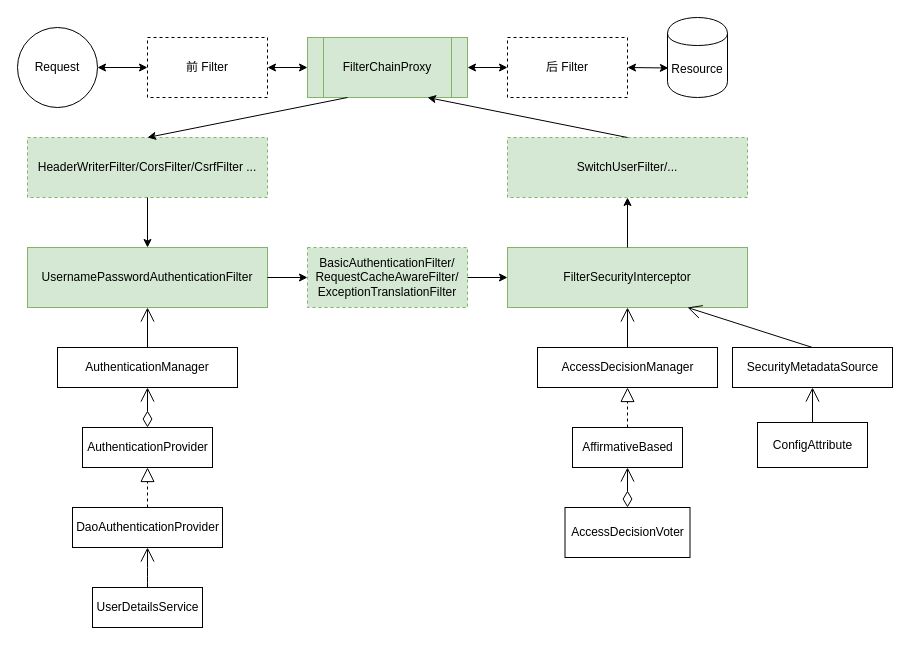
This is spring-security-filter-components.drawio from kostark/drawio-repo, a draw.io file, before an edit. Source tidied: cells renumbered, new cells numbered last; positions are measured from the earlier drawing's top-left corner, leaving out a move shared by most shapes. Both pictures are drawn from the tidied source at 100%, with x=0, y=0 at pixel (17, 17).
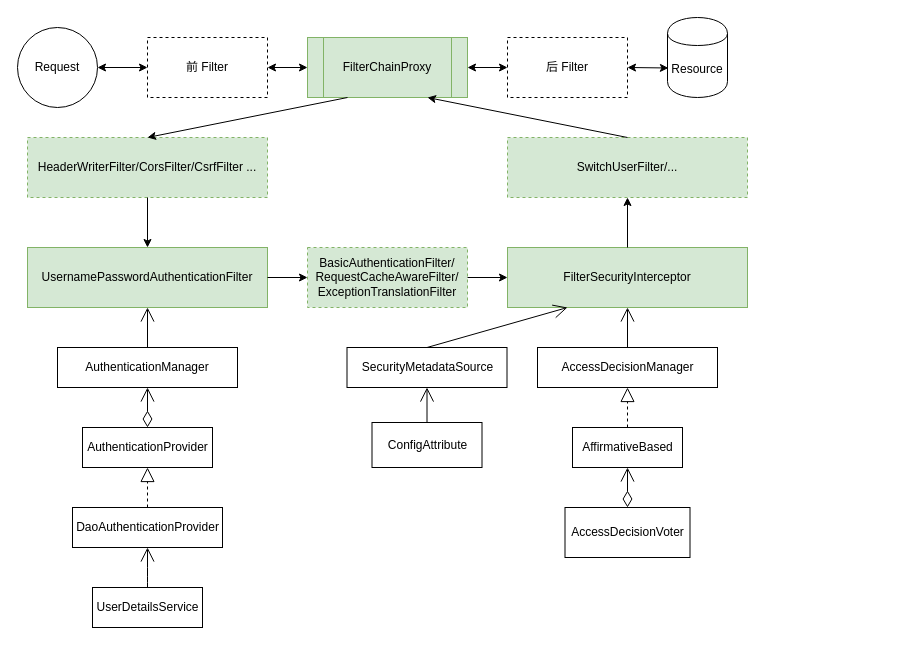
The same diagram, later.

The change refers to these unchanged cells:
```xml
<mxCell id="14" value="FilterSecurityInterceptor" style="rounded=0;whiteSpace=wrap;html=1;fillColor=#d5e8d4;strokeColor=#82b366;" parent="1" vertex="1">
  <mxGeometry x="490" y="230" width="240" height="60" as="geometry" />
</mxCell>
```

What changed in the source:
```diff
@@
     <mxCell id="37" value="SecurityMetadataSource" style="html=1;" parent="1" vertex="1">
-      <mxGeometry x="715" y="330" width="160" height="40" as="geometry" />
+      <mxGeometry x="329.5" y="330" width="160" height="40" as="geometry" />
     </mxCell>
-    <mxCell id="38" style="endArrow=open;endFill=1;endSize=12;html=1;entryX=0.75;entryY=1;entryDx=0;entryDy=0;exitX=0.5;exitY=0;exitDx=0;exitDy=0;" parent="1" edge="1" source="37" target="14">
+    <mxCell id="38" style="endArrow=open;endFill=1;endSize=12;html=1;entryX=0.25;entryY=1;entryDx=0;entryDy=0;exitX=0.5;exitY=0;exitDx=0;exitDy=0;" parent="1" edge="1" source="37" target="14">
       <mxGeometry relative="1" as="geometry" />
     </mxCell>
     <mxCell id="39" value="ConfigAttribute" style="html=1;" parent="1" vertex="1">
-      <mxGeometry x="740" y="405" width="110" height="45" as="geometry" />
+      <mxGeometry x="354.5" y="405" width="110" height="45" as="geometry" />
     </mxCell>
```
